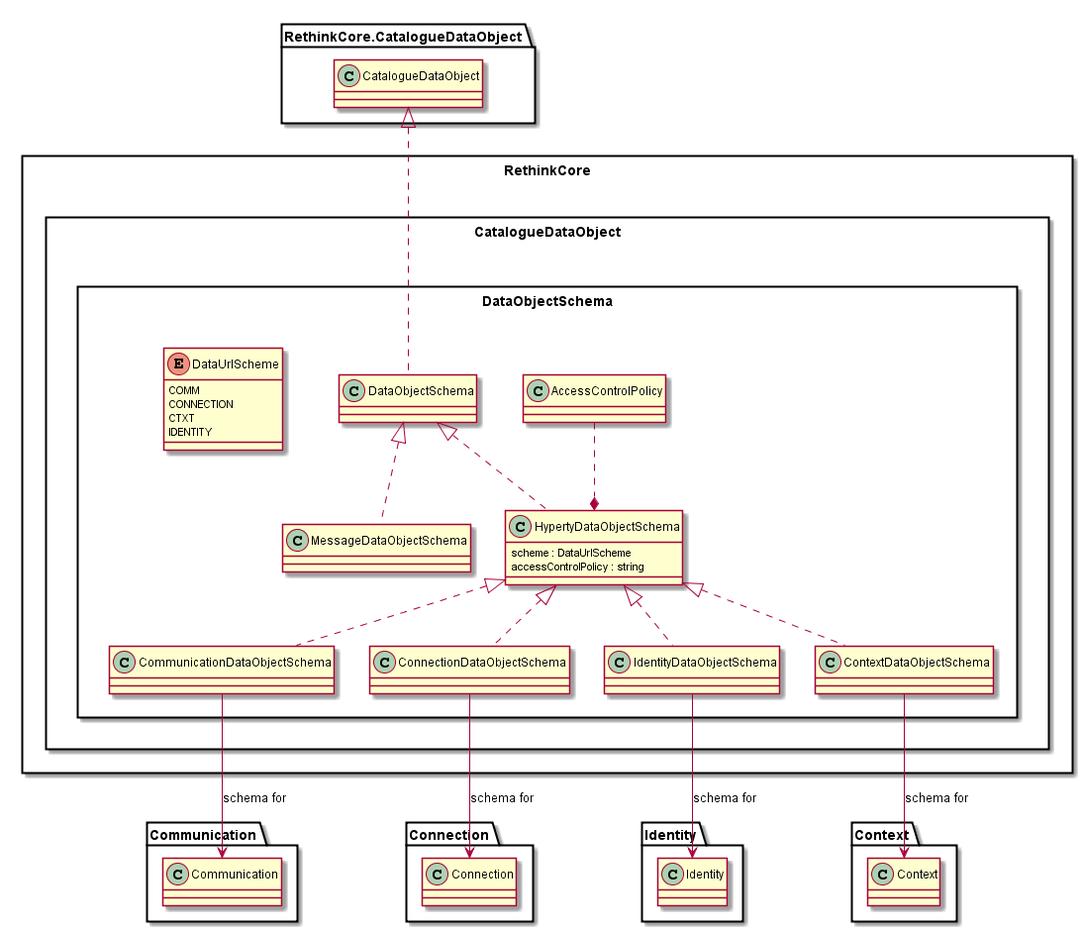
The PlantUML diagram docs/datamodel/core/hyperty-catalogue/Data-Object-Schema.png in reTHINK-project/dev-service-framework, before a commit.
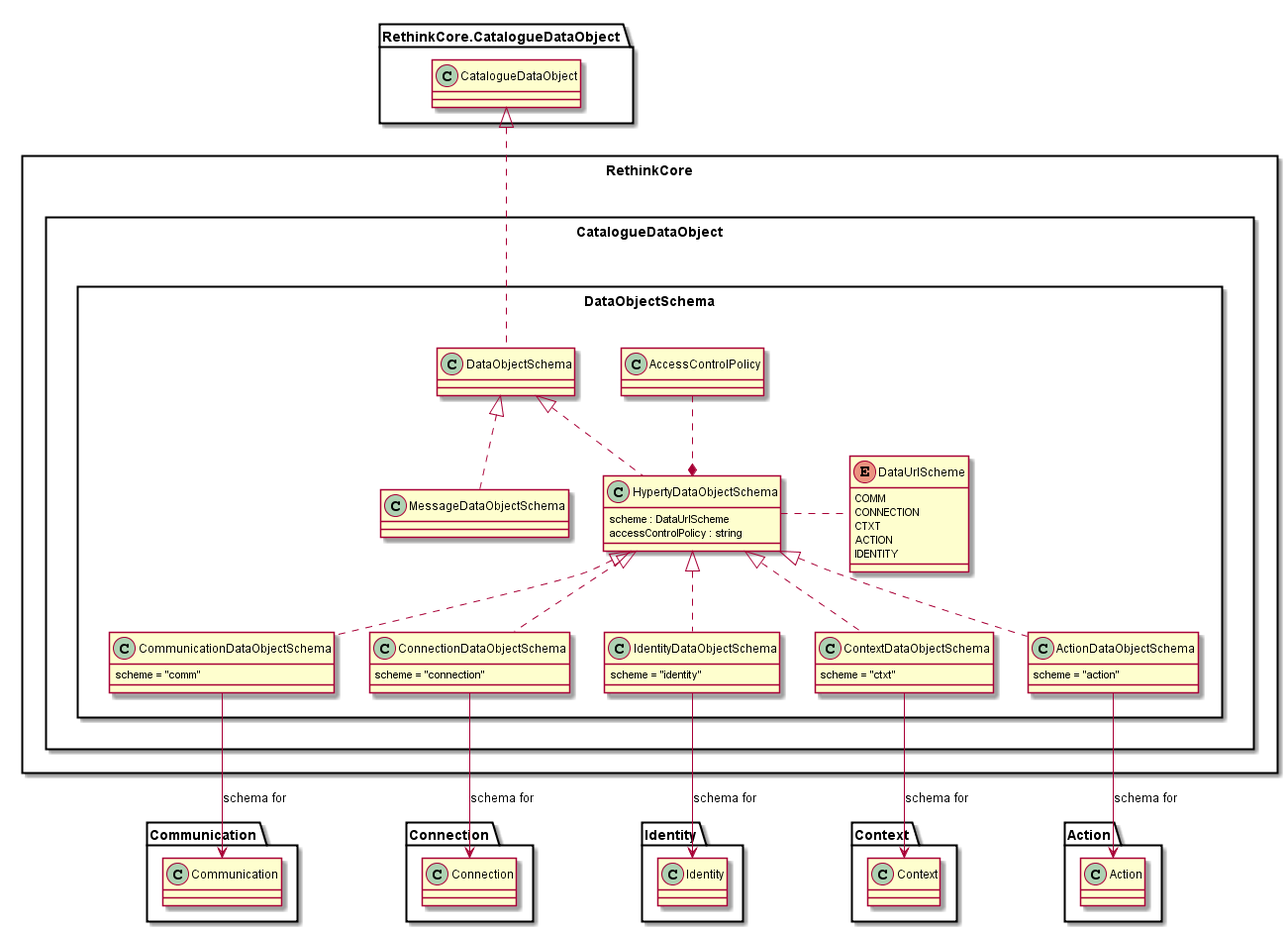
Above is the later version.

Commit message:
Added Action data model to be used by actuators

What changed in the source:
```diff
@@ -16,28 +16,39 @@
 				COMM
 				CONNECTION
 				CTXT
+				ACTION
 				IDENTITY
 			}
 
 
 			class HypertyDataObjectSchema {
-			  	scheme : DataUrlScheme
+		  	scheme : DataUrlScheme
 				accessControlPolicy : string
 			}
+
+			HypertyDataObjectSchema .right. DataUrlScheme
 
 			class AccessControlPolicy {
 			}
 
 			class CommunicationDataObjectSchema {
+			scheme = "comm"
 			}
 
 			class ConnectionDataObjectSchema {
+			scheme = "connection"
 			}
 
 			class IdentityDataObjectSchema {
+			scheme = "identity"
 			}
 
 			class ContextDataObjectSchema {
+			scheme = "ctxt"
+			}
+
+			class ActionDataObjectSchema {
+			scheme = "action"
 			}
 
 			DataObjectSchema .up.|> RethinkCore.CatalogueDataObject.CatalogueDataObject
@@ -52,6 +63,7 @@
 			ConnectionDataObjectSchema .up.|> HypertyDataObjectSchema
 			IdentityDataObjectSchema .up.|> HypertyDataObjectSchema
 			ContextDataObjectSchema .up.|> HypertyDataObjectSchema
+			ActionDataObjectSchema .up.|> HypertyDataObjectSchema
 
 			CommunicationDataObjectSchema -down-> Communication.Communication : schema for
 
@@ -60,6 +72,7 @@
 			IdentityDataObjectSchema -down-> Identity.Identity : schema for
 
 			ContextDataObjectSchema -down-> Context.Context : schema for
+			ActionDataObjectSchema -down-> Action.Action : schema for
 		}
 	}
 }
```
